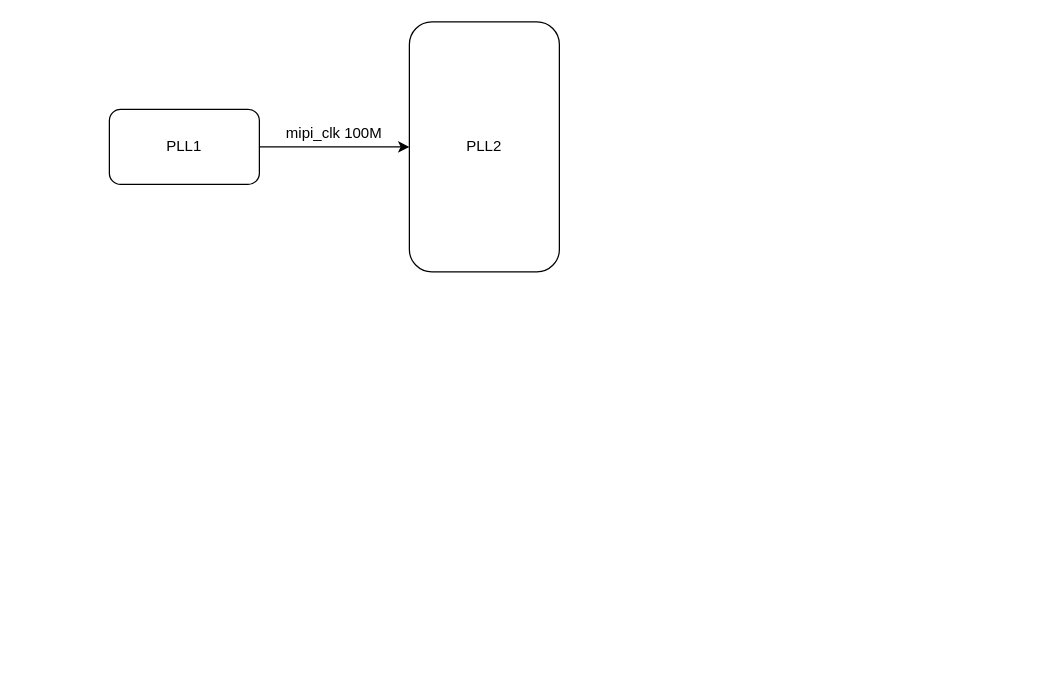
Earlier version of the draw.io diagram A13_LD_Back_Timming.drawio (shenwangchong/learngit). Source tidied: cells renumbered, new cells numbered last; positions are measured from the earlier drawing's top-left corner, leaving out a move shared by most shapes. Both pictures are drawn from the tidied source at 125%, with x=0, y=0 at pixel (109, 21).
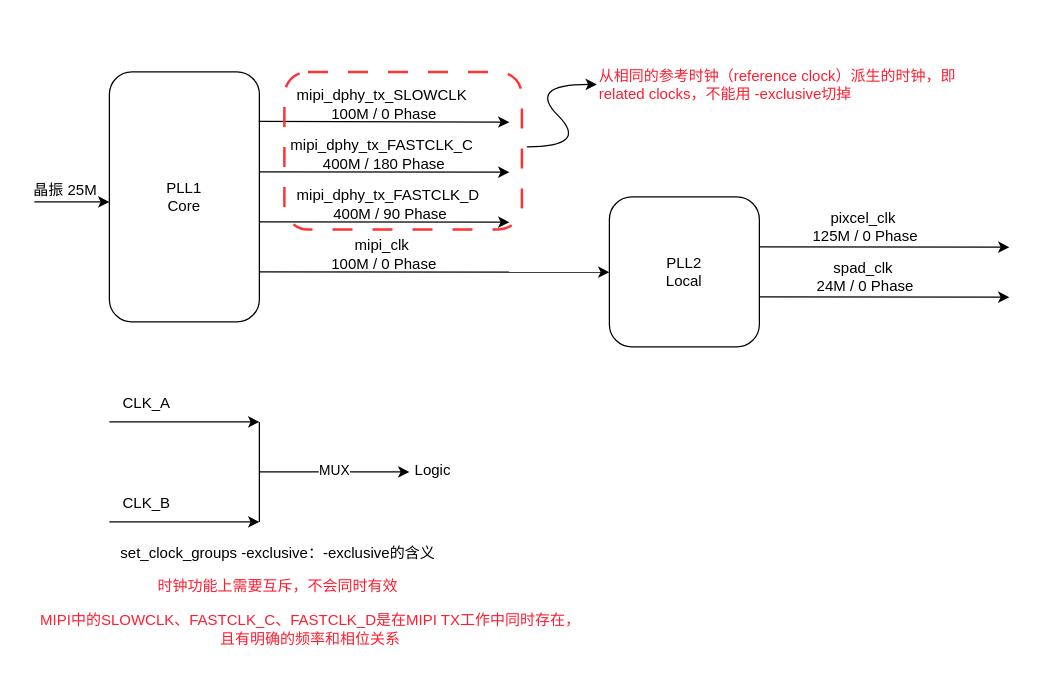
After the change.

The edit, as a diff of the source:
```diff
@@
-    <mxCell id="2" value="PLL1" style="rounded=1;whiteSpace=wrap;html=1;" parent="1" vertex="1">
-      <mxGeometry y="70" width="120" height="60" as="geometry" />
+    <mxCell id="2" value="PLL1&lt;div&gt;Core&lt;/div&gt;" style="rounded=1;whiteSpace=wrap;html=1;" parent="1" vertex="1">
+      <mxGeometry y="40" width="120" height="200" as="geometry" />
     </mxCell>
-    <mxCell id="3" value="PLL2" style="rounded=1;whiteSpace=wrap;html=1;" parent="1" vertex="1">
-      <mxGeometry x="240" width="120" height="200" as="geometry" />
-    </mxCell>
-    <mxCell id="4" style="endArrow=classic;html=1;rounded=0;exitX=1;exitY=0.5;exitDx=0;exitDy=0;" parent="1" edge="1" source="2">
+    <mxCell id="4" style="endArrow=classic;html=1;rounded=0;exitX=0.996;exitY=0.198;exitDx=0;exitDy=0;exitPerimeter=0;" parent="1" edge="1" source="2">
       <mxGeometry relative="1" as="geometry">
-        <mxPoint x="240" y="100" as="targetPoint" />
+        <mxPoint x="320" y="80.2" as="targetPoint" />
       </mxGeometry>
     </mxCell>
-    <mxCell id="5" value="mipi_clk&amp;nbsp;&lt;span style=&quot;background-color: transparent; color: light-dark(rgb(0, 0, 0), rgb(255, 255, 255));&quot;&gt;100M&lt;/span&gt;" style="text;html=1;whiteSpace=wrap;strokeColor=none;fillColor=none;align=center;verticalAlign=middle;rounded=0;" parent="1" vertex="1">
-      <mxGeometry x="130" y="74" width="100" height="30" as="geometry" />
+    <mxCell id="5" value="mipi_dphy_tx_SLOWCLK&amp;nbsp;&lt;div&gt;&lt;span style=&quot;background-color: transparent; color: light-dark(rgb(0, 0, 0), rgb(255, 255, 255));&quot;&gt;100M / 0 Phase&lt;/span&gt;&lt;/div&gt;" style="text;html=1;whiteSpace=wrap;strokeColor=none;fillColor=none;align=center;verticalAlign=middle;rounded=0;" parent="1" vertex="1">
+      <mxGeometry x="140" y="46" width="160" height="40" as="geometry" />
     </mxCell>
+    <mxCell id="6" style="endArrow=classic;html=1;rounded=0;" parent="1" edge="1">
+      <mxGeometry relative="1" as="geometry">
+        <mxPoint x="-60" y="144" as="sourcePoint" />
+        <mxPoint y="144" as="targetPoint" />
+      </mxGeometry>
+    </mxCell>
+    <mxCell id="7" value="晶振 25&lt;span style=&quot;background-color: transparent; color: light-dark(rgb(0, 0, 0), rgb(255, 255, 255));&quot;&gt;M&lt;/span&gt;" style="text;html=1;whiteSpace=wrap;strokeColor=none;fillColor=none;align=center;verticalAlign=middle;rounded=0;" parent="1" vertex="1">
+      <mxGeometry x="-70" y="120" width="70" height="30" as="geometry" />
+    </mxCell>
+    <mxCell id="8" style="endArrow=classic;html=1;rounded=0;exitX=0.996;exitY=0.198;exitDx=0;exitDy=0;exitPerimeter=0;" parent="1" edge="1">
+      <mxGeometry relative="1" as="geometry">
+        <mxPoint x="120" y="120" as="sourcePoint" />
+        <mxPoint x="320" y="120.2" as="targetPoint" />
+      </mxGeometry>
+    </mxCell>
+    <mxCell id="9" style="endArrow=classic;html=1;rounded=0;exitX=0.996;exitY=0.198;exitDx=0;exitDy=0;exitPerimeter=0;" parent="1" edge="1">
+      <mxGeometry relative="1" as="geometry">
+        <mxPoint x="120" y="160" as="sourcePoint" />
+        <mxPoint x="320" y="160.2" as="targetPoint" />
+      </mxGeometry>
+    </mxCell>
+    <mxCell id="10" style="endArrow=classic;html=1;rounded=0;exitX=1;exitY=1;exitDx=0;exitDy=0;" parent="1" edge="1">
+      <mxGeometry relative="1" as="geometry">
+        <mxPoint x="120" y="200" as="sourcePoint" />
+        <mxPoint x="400" y="200.2" as="targetPoint" />
+      </mxGeometry>
+    </mxCell>
+    <mxCell id="11" value="mipi_dphy_tx_FASTCLK_C&amp;nbsp;&lt;div&gt;&lt;span style=&quot;background-color: transparent; color: light-dark(rgb(0, 0, 0), rgb(255, 255, 255));&quot;&gt;400M / 180 Phase&lt;/span&gt;&lt;/div&gt;" style="text;html=1;whiteSpace=wrap;strokeColor=none;fillColor=none;align=center;verticalAlign=middle;rounded=0;" parent="1" vertex="1">
+      <mxGeometry x="135" y="86" width="170" height="40" as="geometry" />
+    </mxCell>
+    <mxCell id="12" value="mipi_dphy_tx_FASTCLK_D&amp;nbsp;&lt;div&gt;&lt;span style=&quot;background-color: transparent; color: light-dark(rgb(0, 0, 0), rgb(255, 255, 255));&quot;&gt;400M / 90 Phase&lt;/span&gt;&lt;/div&gt;" style="text;html=1;whiteSpace=wrap;strokeColor=none;fillColor=none;align=center;verticalAlign=middle;rounded=0;" parent="1" vertex="1">
+      <mxGeometry x="140" y="126" width="170" height="40" as="geometry" />
+    </mxCell>
+    <mxCell id="13" value="mipi_clk&amp;nbsp;&lt;div&gt;&lt;span style=&quot;background-color: transparent; color: light-dark(rgb(0, 0, 0), rgb(255, 255, 255));&quot;&gt;100M / 0 Phase&lt;/span&gt;&lt;/div&gt;" style="text;html=1;whiteSpace=wrap;strokeColor=none;fillColor=none;align=center;verticalAlign=middle;rounded=0;" parent="1" vertex="1">
+      <mxGeometry x="165" y="166" width="110" height="40" as="geometry" />
+    </mxCell>
+    <mxCell id="14" value="PLL2&lt;div&gt;Local&lt;/div&gt;" style="rounded=1;whiteSpace=wrap;html=1;" parent="1" vertex="1">
+      <mxGeometry x="400" y="140" width="120" height="120" as="geometry" />
+    </mxCell>
+    <mxCell id="15" style="endArrow=classic;html=1;rounded=0;exitX=0.996;exitY=0.198;exitDx=0;exitDy=0;exitPerimeter=0;" parent="1" edge="1">
+      <mxGeometry relative="1" as="geometry">
+        <mxPoint x="520" y="180" as="sourcePoint" />
+        <mxPoint x="720" y="180.2" as="targetPoint" />
+      </mxGeometry>
+    </mxCell>
+    <mxCell id="16" style="endArrow=classic;html=1;rounded=0;exitX=0.996;exitY=0.198;exitDx=0;exitDy=0;exitPerimeter=0;" parent="1" edge="1">
+      <mxGeometry relative="1" as="geometry">
+        <mxPoint x="520" y="220" as="sourcePoint" />
+        <mxPoint x="720" y="220.2" as="targetPoint" />
+      </mxGeometry>
+    </mxCell>
+    <mxCell id="17" value="pixcel_clk&amp;nbsp;&lt;div&gt;&lt;span style=&quot;background-color: transparent; color: light-dark(rgb(0, 0, 0), rgb(255, 255, 255));&quot;&gt;125M / 0 Phase&lt;/span&gt;&lt;/div&gt;" style="text;html=1;whiteSpace=wrap;strokeColor=none;fillColor=none;align=center;verticalAlign=middle;rounded=0;" parent="1" vertex="1">
+      <mxGeometry x="550" y="144" width="110" height="40" as="geometry" />
+    </mxCell>
+    <mxCell id="18" value="spad_clk&amp;nbsp;&lt;div&gt;&lt;span style=&quot;background-color: transparent; color: light-dark(rgb(0, 0, 0), rgb(255, 255, 255));&quot;&gt;24M / 0 Phase&lt;/span&gt;&lt;/div&gt;" style="text;html=1;whiteSpace=wrap;strokeColor=none;fillColor=none;align=center;verticalAlign=middle;rounded=0;" parent="1" vertex="1">
+      <mxGeometry x="555" y="184" width="100" height="40" as="geometry" />
+    </mxCell>
+    <mxCell id="19" style="endArrow=classic;html=1;rounded=0;exitX=0.996;exitY=0.198;exitDx=0;exitDy=0;exitPerimeter=0;" parent="1" edge="1">
+      <mxGeometry relative="1" as="geometry">
+        <mxPoint y="320" as="sourcePoint" />
+        <mxPoint x="120" y="320" as="targetPoint" />
+      </mxGeometry>
+    </mxCell>
+    <mxCell id="20" value="CLK_A" style="text;html=1;whiteSpace=wrap;strokeColor=none;fillColor=none;align=center;verticalAlign=middle;rounded=0;" parent="1" vertex="1">
+      <mxGeometry y="290" width="60" height="30" as="geometry" />
+    </mxCell>
+    <mxCell id="21" style="endArrow=none;html=1;rounded=0;" parent="1" edge="1">
+      <mxGeometry relative="1" as="geometry">
+        <mxPoint x="120" y="400" as="sourcePoint" />
+        <mxPoint x="120" y="320" as="targetPoint" />
+      </mxGeometry>
+    </mxCell>
+    <mxCell id="22" style="endArrow=classic;html=1;rounded=0;exitX=0.996;exitY=0.198;exitDx=0;exitDy=0;exitPerimeter=0;" parent="1" edge="1">
+      <mxGeometry relative="1" as="geometry">
+        <mxPoint y="400" as="sourcePoint" />
+        <mxPoint x="120" y="400" as="targetPoint" />
+      </mxGeometry>
+    </mxCell>
+    <mxCell id="23" value="CLK_B" style="text;html=1;whiteSpace=wrap;strokeColor=none;fillColor=none;align=center;verticalAlign=middle;rounded=0;" parent="1" vertex="1">
+      <mxGeometry y="370" width="60" height="30" as="geometry" />
+    </mxCell>
+    <mxCell id="24" style="endArrow=classic;html=1;rounded=0;exitX=0.996;exitY=0.198;exitDx=0;exitDy=0;exitPerimeter=0;" parent="1" edge="1">
+      <mxGeometry relative="1" as="geometry">
+        <mxPoint x="120" y="360" as="sourcePoint" />
+        <mxPoint x="240" y="360" as="targetPoint" />
+      </mxGeometry>
+    </mxCell>
+    <mxCell id="25" value="MUX" style="edgeLabel;html=1;align=center;verticalAlign=middle;" parent="24" vertex="1">
+      <mxGeometry x="-0.4" y="2" relative="1" as="geometry">
+        <mxPoint x="23" as="offset" />
+      </mxGeometry>
+    </mxCell>
+    <mxCell id="26" value="Logic" style="text;html=1;whiteSpace=wrap;strokeColor=none;fillColor=none;align=center;verticalAlign=middle;rounded=0;" parent="1" vertex="1">
+      <mxGeometry x="234" y="344" width="50" height="30" as="geometry" />
+    </mxCell>
+    <mxCell id="27" value="set_clock_groups -exclusive：-exclusive的含义" style="text;html=1;whiteSpace=wrap;strokeColor=none;fillColor=none;align=center;verticalAlign=middle;rounded=0;" parent="1" vertex="1">
+      <mxGeometry y="410" width="270" height="30" as="geometry" />
+    </mxCell>
+    <mxCell id="28" value="&lt;span style=&quot;color: rgb(255, 29, 48);&quot;&gt;时钟功能上需要互斥，不会同时有效&lt;/span&gt;" style="text;html=1;whiteSpace=wrap;strokeColor=none;fillColor=none;align=center;verticalAlign=middle;rounded=0;" parent="1" vertex="1">
+      <mxGeometry x="25" y="437" width="220" height="30" as="geometry" />
+    </mxCell>
+    <mxCell id="29" value="&lt;font color=&quot;#ff1d30&quot;&gt;MIPI中的SLOWCLK、FASTCLK_C、FASTCLK_D是在MIPI TX工作中同时存在，&lt;/font&gt;&lt;div&gt;&lt;font color=&quot;#ff1d30&quot;&gt;且有明确的频率和相位关系&lt;/font&gt;&lt;/div&gt;" style="text;html=1;whiteSpace=wrap;strokeColor=none;fillColor=none;align=center;verticalAlign=middle;rounded=0;" parent="1" vertex="1">
+      <mxGeometry x="-69" y="466" width="460" height="40" as="geometry" />
+    </mxCell>
+    <mxCell id="30" style="rounded=1;whiteSpace=wrap;html=1;gradientColor=default;fillColor=none;strokeColor=#FF3333;dashed=1;dashPattern=8 8;strokeWidth=2;" parent="1" vertex="1">
+      <mxGeometry x="140" y="40" width="190" height="126" as="geometry" />
+    </mxCell>
+    <mxCell id="31" value="从相同的参考时钟（reference clock）派生的时钟，即related clocks，不能用 -exclusive切掉" style="text;whiteSpace=wrap;fontColor=#FF1D30;" parent="1" vertex="1">
+      <mxGeometry x="390" y="30" width="290" height="40" as="geometry" />
+    </mxCell>
+    <mxCell id="32" style="curved=1;endArrow=classic;html=1;rounded=0;entryX=0;entryY=0.5;entryDx=0;entryDy=0;" parent="1" edge="1" target="31">
+      <mxGeometry relative="1" as="geometry">
+        <mxPoint x="334" y="100" as="sourcePoint" />
+        <Array as="points">
+          <mxPoint x="384" y="100" />
+          <mxPoint x="334" y="50" />
+        </Array>
+      </mxGeometry>
+    </mxCell>
```
